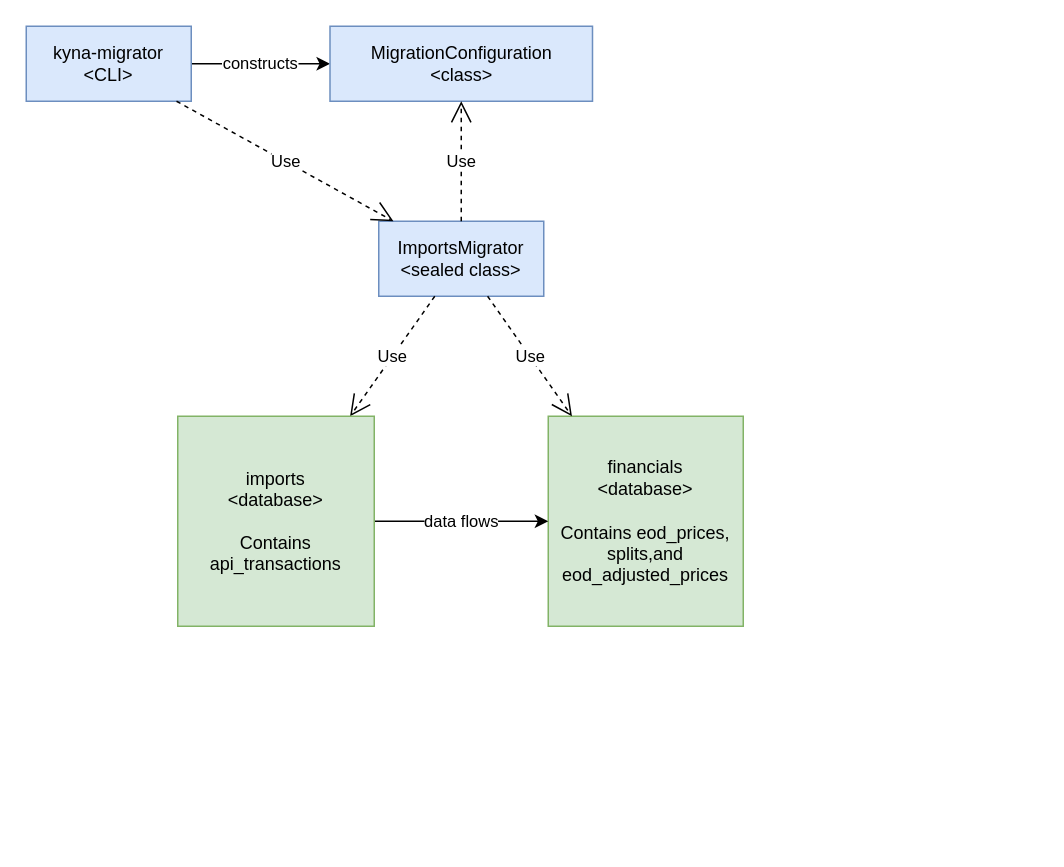
Earlier version of the draw.io diagram page "Data Migration" (4 of 7) of docs/drawio/Kyna.drawio (vicsharp-shibusa/kyna). Source tidied: cells renumbered, new cells numbered last; positions are measured from the earlier drawing's top-left corner, leaving out a move shared by most shapes. Both pictures are drawn from the tidied source at 150%, with x=0, y=0 at pixel (26, 26).
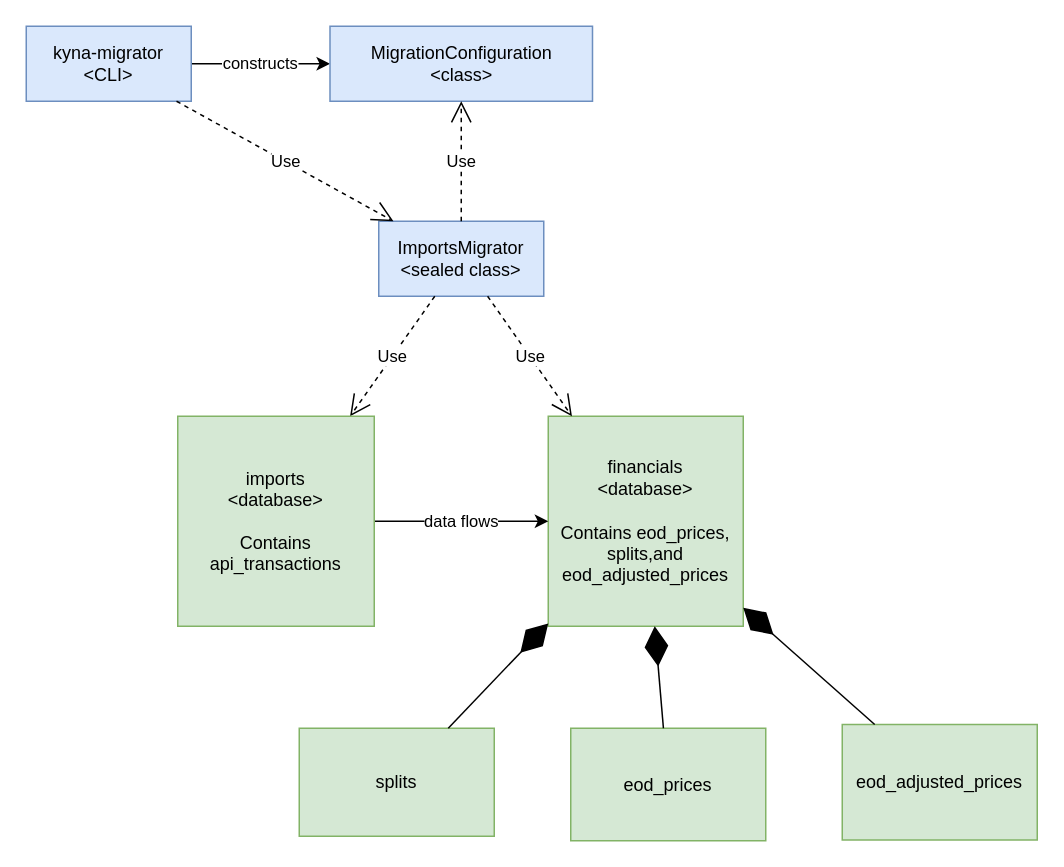
Above is the later version.

What changed in the source:
```diff
@@
 <mxGraphModel>
   <root>
     <mxCell id="0" />
     <mxCell id="1" parent="0" />
     <mxCell id="2" value="ImportsMigrator&lt;br&gt;&amp;lt;sealed class&amp;gt;" style="html=1;whiteSpace=wrap;fillColor=#dae8fc;strokeColor=#6c8ebf;" parent="1" vertex="1">
       <mxGeometry x="235" y="130" width="110" height="50" as="geometry" />
     </mxCell>
     <mxCell id="3" value="constructs" style="edgeStyle=none;rounded=0;jettySize=auto;html=1;" parent="1" edge="1" source="4" target="6">
       <mxGeometry relative="1" as="geometry" />
     </mxCell>
     <mxCell id="4" value="kyna-migrator&lt;br&gt;&amp;lt;CLI&amp;gt;" style="html=1;whiteSpace=wrap;fillColor=#dae8fc;strokeColor=#6c8ebf;" parent="1" vertex="1">
       <mxGeometry width="110" height="50" as="geometry" />
     </mxCell>
     <mxCell id="5" value="Use" style="endArrow=open;endSize=12;dashed=1;html=1;rounded=0;" parent="1" edge="1" source="4" target="2">
       <mxGeometry relative="1" as="geometry" />
     </mxCell>
     <mxCell id="6" value="MigrationConfiguration&lt;br&gt;&amp;lt;class&amp;gt;" style="html=1;whiteSpace=wrap;fillColor=#dae8fc;strokeColor=#6c8ebf;" parent="1" vertex="1">
       <mxGeometry x="202.5" width="175" height="50" as="geometry" />
     </mxCell>
     <mxCell id="7" value="Use" style="endArrow=open;endSize=12;dashed=1;html=1;rounded=0;" parent="1" edge="1" source="2" target="11">
       <mxGeometry relative="1" as="geometry" />
     </mxCell>
     <mxCell id="8" value="financials&lt;br&gt;&amp;lt;database&amp;gt;&lt;br&gt;&lt;br&gt;Contains eod_prices, splits,and eod_adjusted_prices" style="html=1;whiteSpace=wrap;fillColor=#d5e8d4;strokeColor=#82b366;" parent="1" vertex="1">
       <mxGeometry x="348" y="260" width="130" height="140" as="geometry" />
     </mxCell>
     <mxCell id="9" value="Use" style="endArrow=open;endSize=12;dashed=1;html=1;rounded=0;" parent="1" edge="1" source="2" target="6">
       <mxGeometry relative="1" as="geometry" />
     </mxCell>
     <mxCell id="10" value="data flows" style="edgeStyle=none;rounded=0;jettySize=auto;html=1;" parent="1" edge="1" source="11" target="8">
       <mxGeometry relative="1" as="geometry" />
     </mxCell>
     <mxCell id="11" value="imports&lt;br&gt;&amp;lt;database&amp;gt;&lt;br&gt;&lt;br&gt;Contains api_transactions" style="html=1;whiteSpace=wrap;fillColor=#d5e8d4;strokeColor=#82b366;" parent="1" vertex="1">
       <mxGeometry x="101" y="260" width="131" height="140" as="geometry" />
     </mxCell>
     <mxCell id="12" value="Use" style="endArrow=open;endSize=12;dashed=1;html=1;rounded=0;" parent="1" edge="1" source="2" target="8">
       <mxGeometry relative="1" as="geometry" />
     </mxCell>
+    <mxCell id="13" value="splits" style="html=1;whiteSpace=wrap;fillColor=#d5e8d4;strokeColor=#82b366;" parent="1" vertex="1">
+      <mxGeometry x="182" y="468" width="130" height="72" as="geometry" />
+    </mxCell>
+    <mxCell id="14" value="eod_prices" style="html=1;whiteSpace=wrap;fillColor=#d5e8d4;strokeColor=#82b366;" parent="1" vertex="1">
+      <mxGeometry x="363" y="468" width="130" height="75" as="geometry" />
+    </mxCell>
+    <mxCell id="15" value="eod_adjusted_prices" style="html=1;whiteSpace=wrap;fillColor=#d5e8d4;strokeColor=#82b366;" parent="1" vertex="1">
+      <mxGeometry x="544" y="465.5" width="130" height="77" as="geometry" />
+    </mxCell>
+    <mxCell id="16" style="endArrow=diamondThin;endFill=1;endSize=24;html=1;rounded=0;" parent="1" edge="1" source="14" target="8">
+      <mxGeometry relative="1" as="geometry" />
+    </mxCell>
+    <mxCell id="17" style="endArrow=diamondThin;endFill=1;endSize=24;html=1;rounded=0;" parent="1" edge="1" source="13" target="8">
+      <mxGeometry relative="1" as="geometry" />
+    </mxCell>
+    <mxCell id="18" style="endArrow=diamondThin;endFill=1;endSize=24;html=1;rounded=0;" parent="1" edge="1" source="15" target="8">
+      <mxGeometry relative="1" as="geometry" />
+    </mxCell>
   </root>
 </mxGraphModel>
```
